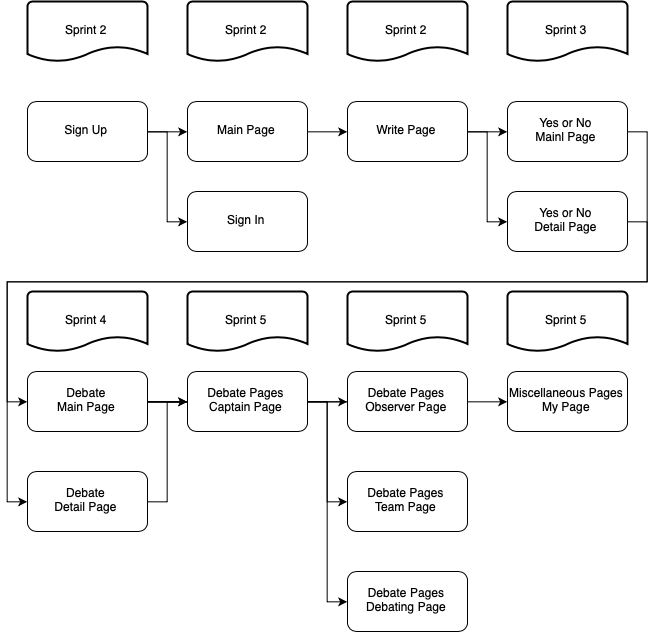
This is design_and_planning/development_process.png from monchana/TalkCraft, a draw.io export, as it was before one commit. Source tidied: cells renumbered, new cells last; positions are measured from the earlier drawing's top-left corner, leaving out a move shared by most shapes.
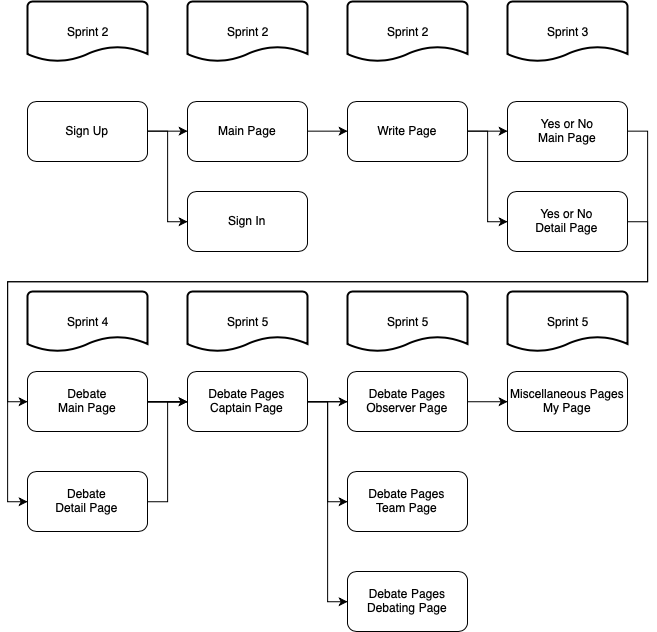
After the commit.

Diff of the diagram source:
```diff
@@ -36,7 +36,7 @@
         </Array>
       </mxGeometry>
     </mxCell>
-    <mxCell id="11" value="Yes or No&lt;br&gt;Mainl Page&lt;br&gt;" style="rounded=1;whiteSpace=wrap;html=1;align=center;" parent="1" vertex="1">
+    <mxCell id="11" value="Yes or No&lt;br&gt;Main Page&lt;br&gt;" style="rounded=1;whiteSpace=wrap;html=1;align=center;" parent="1" vertex="1">
       <mxGeometry x="500" y="100" width="120" height="60" as="geometry" />
     </mxCell>
     <mxCell id="12" value="&lt;div style=&quot;text-align: center&quot;&gt;Sprint 2&lt;/div&gt;" style="strokeWidth=2;html=1;shape=mxgraph.flowchart.document2;whiteSpace=wrap;size=0.25;align=center;" parent="1" vertex="1">
```
